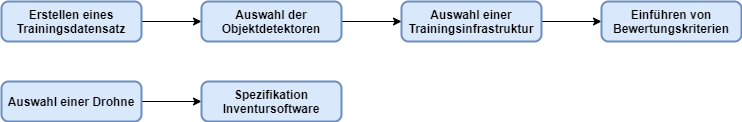
This is ProjectWork/Bilder/blockdiagramm.png from fidsusj/SmartWarehouse, a draw.io export, as it was before one commit. Source tidied: cells renumbered, new cells last; positions are measured from the earlier drawing's top-left corner, leaving out a move shared by most shapes. The source it was exported from:
```xml
<mxGraphModel>
  <root>
    <mxCell id="0" />
    <mxCell id="1" parent="0" />
    <mxCell id="2" style="edgeStyle=orthogonalEdgeStyle;rounded=0;jettySize=auto;html=1;exitX=1;exitY=0.5;exitDx=0;exitDy=0;entryX=0;entryY=0.5;entryDx=0;entryDy=0;" parent="1" edge="1" source="3" target="7">
      <mxGeometry relative="1" as="geometry" />
    </mxCell>
    <mxCell id="3" value="&lt;b&gt;Erstellen eines Trainingsdatensatz&lt;/b&gt;" style="rounded=1;whiteSpace=wrap;html=1;absoluteArcSize=1;arcSize=14;strokeWidth=2;fillColor=#dae8fc;strokeColor=#6c8ebf;" parent="1" vertex="1">
      <mxGeometry width="140" height="40" as="geometry" />
    </mxCell>
    <mxCell id="4" style="edgeStyle=orthogonalEdgeStyle;rounded=0;jettySize=auto;html=1;exitX=1;exitY=0.5;exitDx=0;exitDy=0;" parent="1" edge="1" source="5" target="8">
      <mxGeometry relative="1" as="geometry" />
    </mxCell>
    <mxCell id="5" value="&lt;b&gt;Auswahl einer Trainingsinfrastruktur&lt;/b&gt;" style="rounded=1;whiteSpace=wrap;html=1;absoluteArcSize=1;arcSize=14;strokeWidth=2;fillColor=#dae8fc;strokeColor=#6c8ebf;" parent="1" vertex="1">
      <mxGeometry x="400" width="140" height="40" as="geometry" />
    </mxCell>
    <mxCell id="6" style="edgeStyle=orthogonalEdgeStyle;rounded=0;jettySize=auto;html=1;exitX=1;exitY=0.5;exitDx=0;exitDy=0;" parent="1" edge="1" source="7" target="5">
      <mxGeometry relative="1" as="geometry" />
    </mxCell>
    <mxCell id="7" value="&lt;b&gt;Auswahl der Objektdetektoren&lt;/b&gt;" style="rounded=1;whiteSpace=wrap;html=1;absoluteArcSize=1;arcSize=14;strokeWidth=2;fillColor=#dae8fc;strokeColor=#6c8ebf;" parent="1" vertex="1">
      <mxGeometry x="200" width="140" height="40" as="geometry" />
    </mxCell>
    <mxCell id="8" value="&lt;b&gt;Einführen von Bewertungskriterien&lt;/b&gt;" style="rounded=1;whiteSpace=wrap;html=1;absoluteArcSize=1;arcSize=14;strokeWidth=2;fillColor=#dae8fc;strokeColor=#6c8ebf;" parent="1" vertex="1">
      <mxGeometry x="600" width="140" height="40" as="geometry" />
    </mxCell>
    <mxCell id="9" style="edgeStyle=orthogonalEdgeStyle;rounded=0;jettySize=auto;html=1;exitX=1;exitY=0.5;exitDx=0;exitDy=0;" parent="1" edge="1" source="10" target="11">
      <mxGeometry relative="1" as="geometry" />
    </mxCell>
    <mxCell id="10" value="&lt;b&gt;Auswahl einer Drohne&lt;/b&gt;" style="rounded=1;whiteSpace=wrap;html=1;absoluteArcSize=1;arcSize=14;strokeWidth=2;fillColor=#dae8fc;strokeColor=#6c8ebf;" parent="1" vertex="1">
      <mxGeometry y="80" width="140" height="40" as="geometry" />
    </mxCell>
    <mxCell id="11" value="&lt;b&gt;Spezifikation Inventursoftware&lt;/b&gt;" style="rounded=1;whiteSpace=wrap;html=1;absoluteArcSize=1;arcSize=14;strokeWidth=2;fillColor=#dae8fc;strokeColor=#6c8ebf;" parent="1" vertex="1">
      <mxGeometry x="200" y="80" width="140" height="40" as="geometry" />
    </mxCell>
  </root>
</mxGraphModel>
```
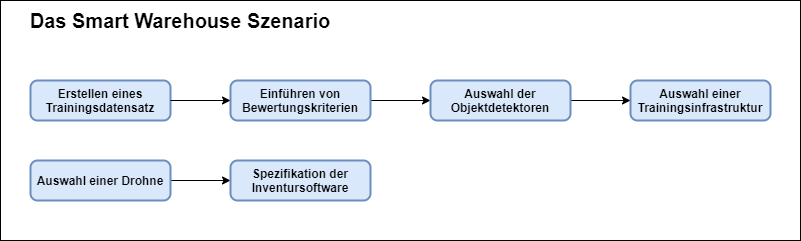
The same file after the commit.

Commit message:
projectwork: updated block diagram

The edit, as a diff of the source:
```diff
@@ -2,35 +2,41 @@
   <root>
     <mxCell id="0" />
     <mxCell id="1" parent="0" />
-    <mxCell id="2" style="edgeStyle=orthogonalEdgeStyle;rounded=0;jettySize=auto;html=1;exitX=1;exitY=0.5;exitDx=0;exitDy=0;entryX=0;entryY=0.5;entryDx=0;entryDy=0;" parent="1" edge="1" source="3" target="7">
+    <mxCell id="2" style="edgeStyle=orthogonalEdgeStyle;rounded=0;jettySize=auto;html=1;exitX=1;exitY=0.5;exitDx=0;exitDy=0;entryX=0;entryY=0.5;entryDx=0;entryDy=0;" parent="1" edge="1" source="8" target="7">
       <mxGeometry relative="1" as="geometry" />
     </mxCell>
     <mxCell id="3" value="&lt;b&gt;Erstellen eines Trainingsdatensatz&lt;/b&gt;" style="rounded=1;whiteSpace=wrap;html=1;absoluteArcSize=1;arcSize=14;strokeWidth=2;fillColor=#dae8fc;strokeColor=#6c8ebf;" parent="1" vertex="1">
       <mxGeometry width="140" height="40" as="geometry" />
     </mxCell>
-    <mxCell id="4" style="edgeStyle=orthogonalEdgeStyle;rounded=0;jettySize=auto;html=1;exitX=1;exitY=0.5;exitDx=0;exitDy=0;" parent="1" edge="1" source="5" target="8">
-      <mxGeometry relative="1" as="geometry" />
-    </mxCell>
     <mxCell id="5" value="&lt;b&gt;Auswahl einer Trainingsinfrastruktur&lt;/b&gt;" style="rounded=1;whiteSpace=wrap;html=1;absoluteArcSize=1;arcSize=14;strokeWidth=2;fillColor=#dae8fc;strokeColor=#6c8ebf;" parent="1" vertex="1">
-      <mxGeometry x="400" width="140" height="40" as="geometry" />
+      <mxGeometry x="600" width="140" height="40" as="geometry" />
     </mxCell>
     <mxCell id="6" style="edgeStyle=orthogonalEdgeStyle;rounded=0;jettySize=auto;html=1;exitX=1;exitY=0.5;exitDx=0;exitDy=0;" parent="1" edge="1" source="7" target="5">
       <mxGeometry relative="1" as="geometry" />
     </mxCell>
-    <mxCell id="7" value="&lt;b&gt;Auswahl der Objektdetektoren&lt;/b&gt;" style="rounded=1;whiteSpace=wrap;html=1;absoluteArcSize=1;arcSize=14;strokeWidth=2;fillColor=#dae8fc;strokeColor=#6c8ebf;" parent="1" vertex="1">
-      <mxGeometry x="200" width="140" height="40" as="geometry" />
-    </mxCell>
-    <mxCell id="8" value="&lt;b&gt;Einführen von Bewertungskriterien&lt;/b&gt;" style="rounded=1;whiteSpace=wrap;html=1;absoluteArcSize=1;arcSize=14;strokeWidth=2;fillColor=#dae8fc;strokeColor=#6c8ebf;" parent="1" vertex="1">
-      <mxGeometry x="600" width="140" height="40" as="geometry" />
-    </mxCell>
     <mxCell id="9" style="edgeStyle=orthogonalEdgeStyle;rounded=0;jettySize=auto;html=1;exitX=1;exitY=0.5;exitDx=0;exitDy=0;" parent="1" edge="1" source="10" target="11">
       <mxGeometry relative="1" as="geometry" />
     </mxCell>
     <mxCell id="10" value="&lt;b&gt;Auswahl einer Drohne&lt;/b&gt;" style="rounded=1;whiteSpace=wrap;html=1;absoluteArcSize=1;arcSize=14;strokeWidth=2;fillColor=#dae8fc;strokeColor=#6c8ebf;" parent="1" vertex="1">
       <mxGeometry y="80" width="140" height="40" as="geometry" />
     </mxCell>
-    <mxCell id="11" value="&lt;b&gt;Spezifikation Inventursoftware&lt;/b&gt;" style="rounded=1;whiteSpace=wrap;html=1;absoluteArcSize=1;arcSize=14;strokeWidth=2;fillColor=#dae8fc;strokeColor=#6c8ebf;" parent="1" vertex="1">
+    <mxCell id="11" value="&lt;b&gt;Spezifikation der Inventursoftware&lt;/b&gt;" style="rounded=1;whiteSpace=wrap;html=1;absoluteArcSize=1;arcSize=14;strokeWidth=2;fillColor=#dae8fc;strokeColor=#6c8ebf;" parent="1" vertex="1">
       <mxGeometry x="200" y="80" width="140" height="40" as="geometry" />
     </mxCell>
+    <mxCell id="12" value="&lt;font style=&quot;font-size: 20px&quot;&gt;&lt;b&gt;Das Smart Warehouse Szenario&lt;/b&gt;&lt;/font&gt;" style="text;html=1;strokeColor=none;fillColor=none;align=center;verticalAlign=middle;whiteSpace=wrap;rounded=0;" parent="1" vertex="1">
+      <mxGeometry x="-30" y="-70" width="360" height="20" as="geometry" />
+    </mxCell>
+    <mxCell id="13" style="rounded=0;whiteSpace=wrap;html=1;fillColor=none;" parent="1" vertex="1">
+      <mxGeometry x="-30" y="-80" width="800" height="240" as="geometry" />
+    </mxCell>
+    <mxCell id="8" value="&lt;b&gt;Einführen von Bewertungskriterien&lt;/b&gt;" style="rounded=1;whiteSpace=wrap;html=1;absoluteArcSize=1;arcSize=14;strokeWidth=2;fillColor=#dae8fc;strokeColor=#6c8ebf;" parent="1" vertex="1">
+      <mxGeometry x="200" width="140" height="40" as="geometry" />
+    </mxCell>
+    <mxCell id="14" style="edgeStyle=orthogonalEdgeStyle;rounded=0;jettySize=auto;html=1;exitX=1;exitY=0.5;exitDx=0;exitDy=0;entryX=0;entryY=0.5;entryDx=0;entryDy=0;" parent="1" edge="1" source="3" target="8">
+      <mxGeometry relative="1" as="geometry" />
+    </mxCell>
+    <mxCell id="7" value="&lt;b&gt;Auswahl der Objektdetektoren&lt;/b&gt;" style="rounded=1;whiteSpace=wrap;html=1;absoluteArcSize=1;arcSize=14;strokeWidth=2;fillColor=#dae8fc;strokeColor=#6c8ebf;" parent="1" vertex="1">
+      <mxGeometry x="400" width="140" height="40" as="geometry" />
+    </mxCell>
   </root>
 </mxGraphModel>
```
